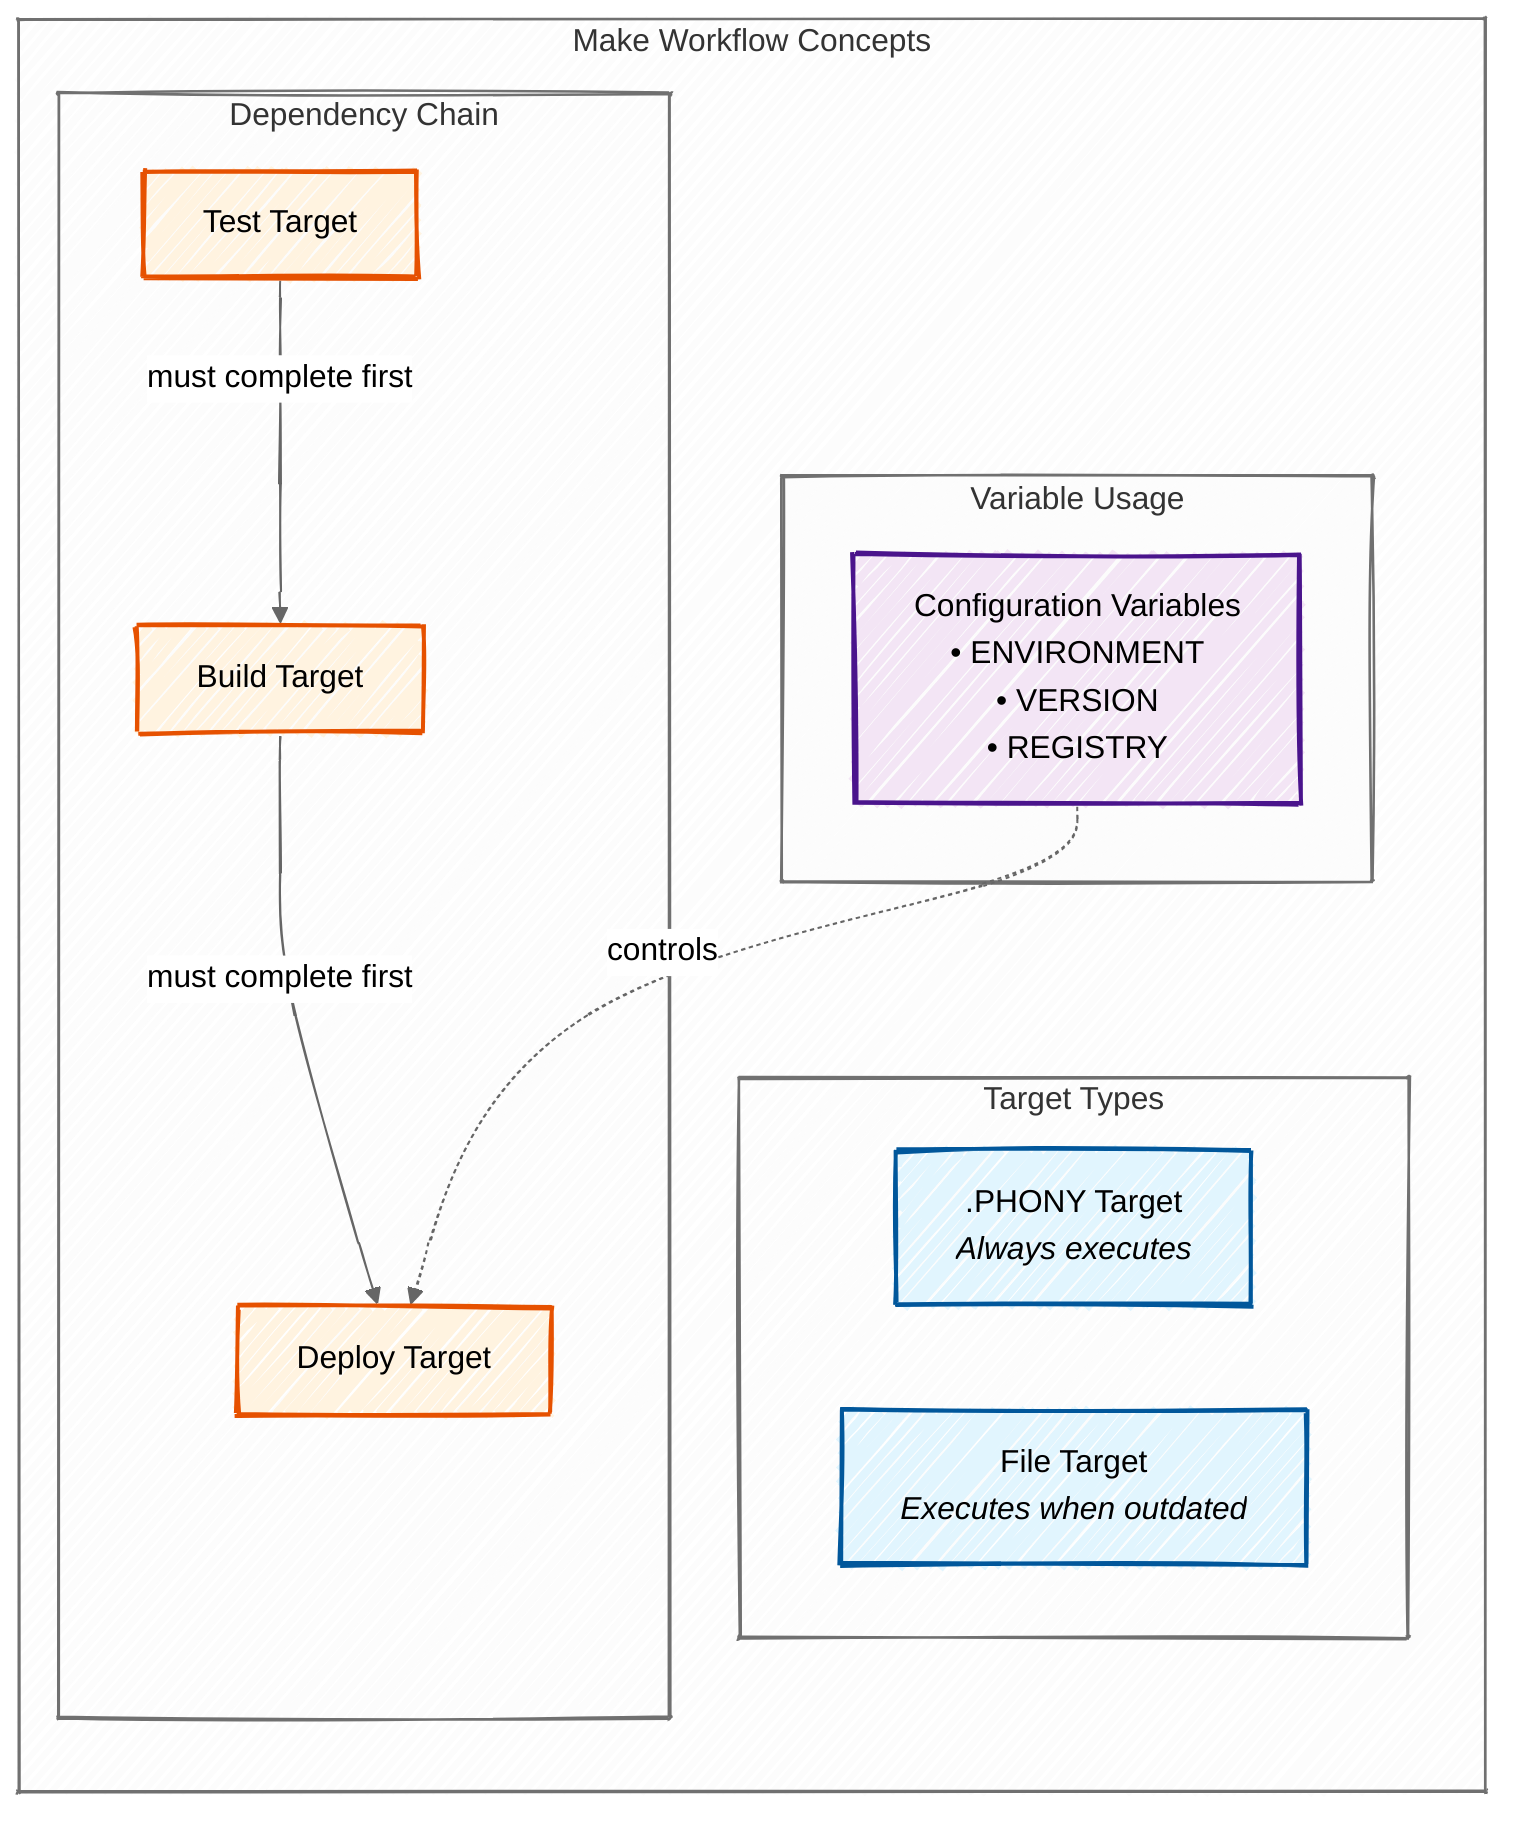
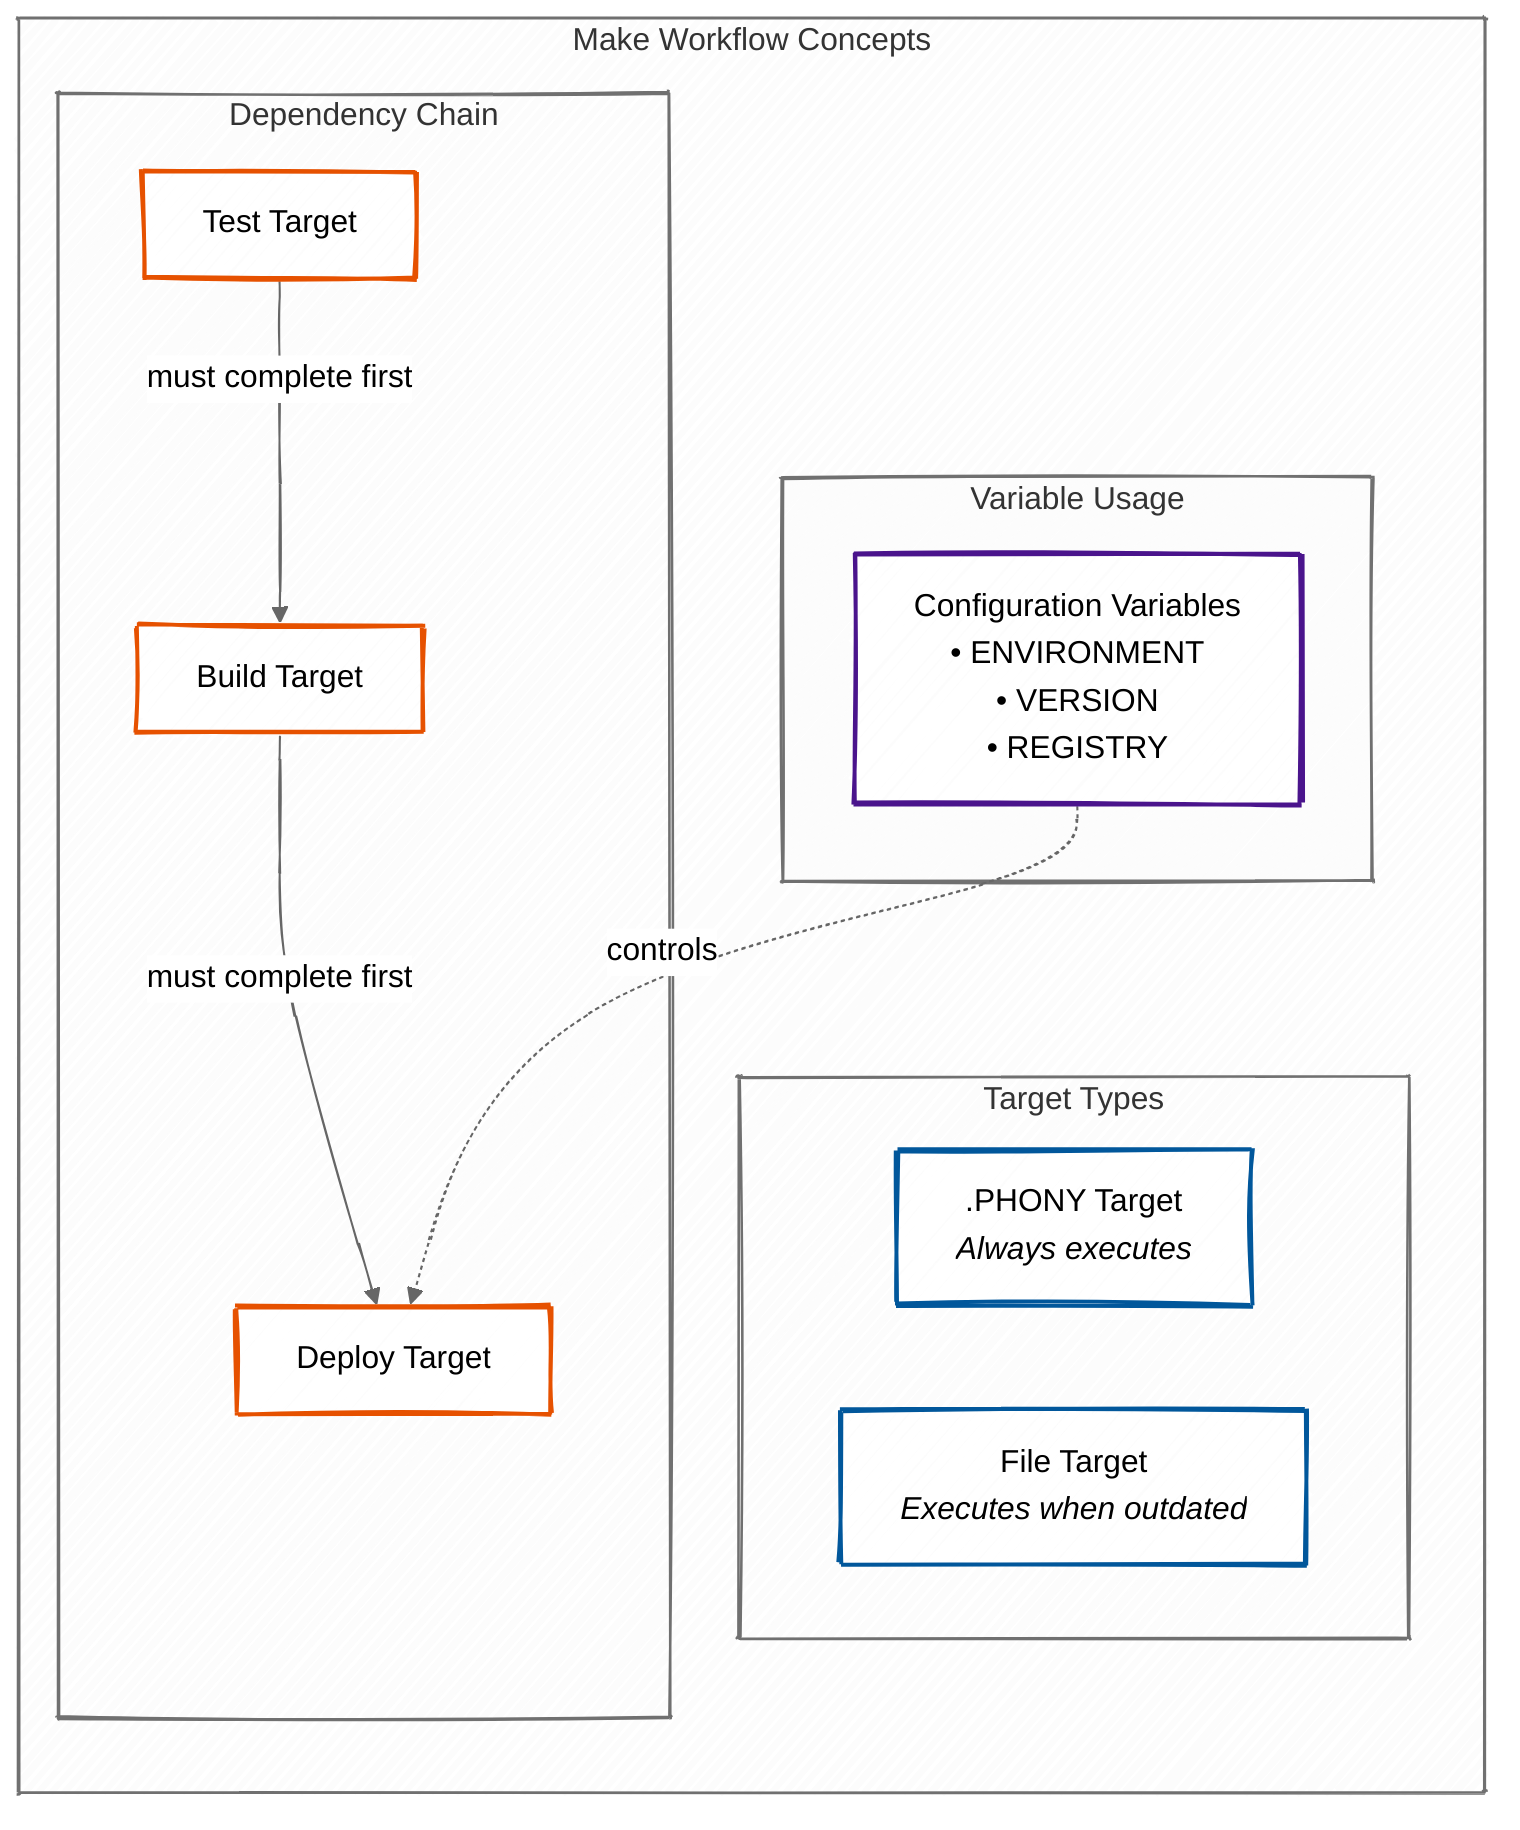
---
config:
  look: handDrawn
  theme: neutral
---
flowchart TD
    %% Styling
-     classDef target fill:#e1f5fe,stroke:#01579b,stroke-width:2px,color:#000
-     classDef prereq fill:#fff3e0,stroke:#e65100,stroke-width:2px,color:#000
-     classDef var fill:#f3e5f5,stroke:#4a148c,stroke-width:2px,color:#000
+     classDef target fill:#fff,stroke:#01579b,stroke-width:2px,color:#000
+     classDef prereq fill:#fff,stroke:#e65100,stroke-width:2px,color:#000
+     classDef var fill:#fff,stroke:#4a148c,stroke-width:2px,color:#000

    subgraph "Make Workflow Concepts"
        direction TB

        subgraph "Target Types"
            P[".PHONY Target<br/><i>Always executes</i>"]:::target
            F["File Target<br/><i>Executes when outdated</i>"]:::target
        end

        subgraph "Dependency Chain"
            T["Test Target"]:::prereq
            B["Build Target"]:::prereq
            D["Deploy Target"]:::prereq
            T -->|"must complete first"| B
            B -->|"must complete first"| D
        end

        subgraph "Variable Usage"
            V["Configuration Variables<br/>#8226; ENVIRONMENT<br/>#8226; VERSION<br/>#8226; REGISTRY"]:::var
            V -.->|"controls"| D
        end
    end
